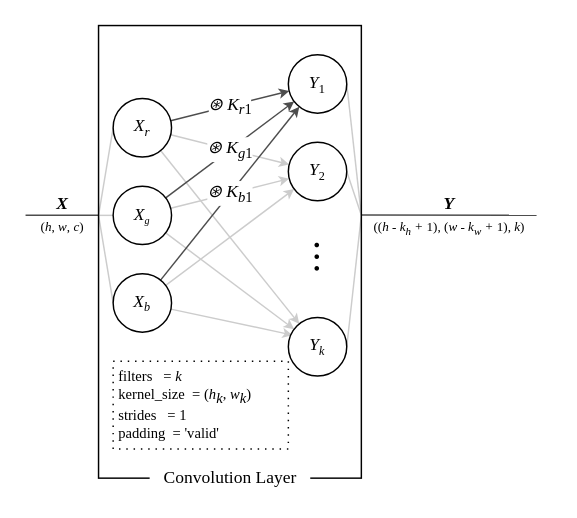
Earlier version of the draw.io diagram page "convolution" (6 of 10) of img/layers.drawio (dragoon8192/LaundryTag). Source tidied: cells renumbered, new cells numbered last; positions are measured from the earlier drawing's top-left corner, leaving out a move shared by most shapes. Both pictures are drawn from the tidied source at 146%, with x=0, y=0 at pixel (25, 25).
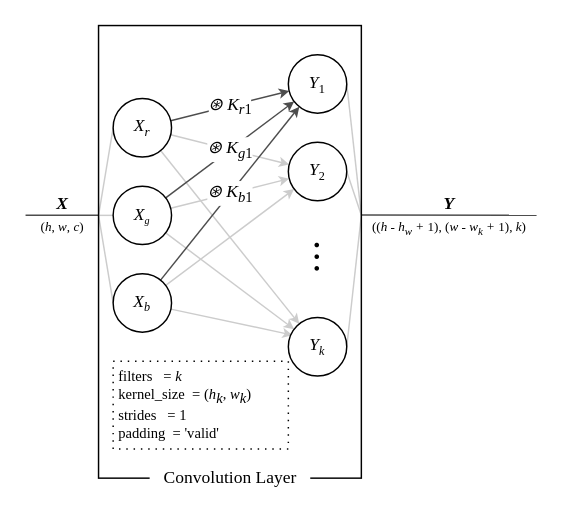
After the change.

Commit message:
layers.drawio を更新します

Change to the diagram source:
```diff
@@
-    <mxCell id="26" value="&lt;font style=&quot;font-size: 9px;&quot;&gt;((&lt;i&gt;h - k&lt;sub&gt;h&lt;/sub&gt; +&lt;/i&gt; 1), (&lt;i&gt;w - k&lt;sub&gt;w&lt;/sub&gt; + &lt;/i&gt;1), &lt;i&gt;k&lt;/i&gt;)&lt;/font&gt;" style="text;html=1;align=center;verticalAlign=middle;strokeColor=none;fillColor=none;fontSize=18;fontFamily=Times New Roman;spacing=0;labelBackgroundColor=none;" parent="1" vertex="1">
+    <mxCell id="26" value="&lt;font style=&quot;font-size: 9px;&quot;&gt;((&lt;i&gt;h - h&lt;sub&gt;w&lt;/sub&gt; +&lt;/i&gt; 1), (&lt;i&gt;w - w&lt;sub&gt;k&lt;/sub&gt;&amp;nbsp;+ &lt;/i&gt;1), &lt;i&gt;k&lt;/i&gt;)&lt;/font&gt;" style="text;html=1;align=center;verticalAlign=middle;strokeColor=none;fillColor=none;fontSize=18;fontFamily=Times New Roman;spacing=0;labelBackgroundColor=none;" parent="1" vertex="1">
       <mxGeometry x="220" y="120" width="140" height="30" as="geometry" />
     </mxCell>
```
